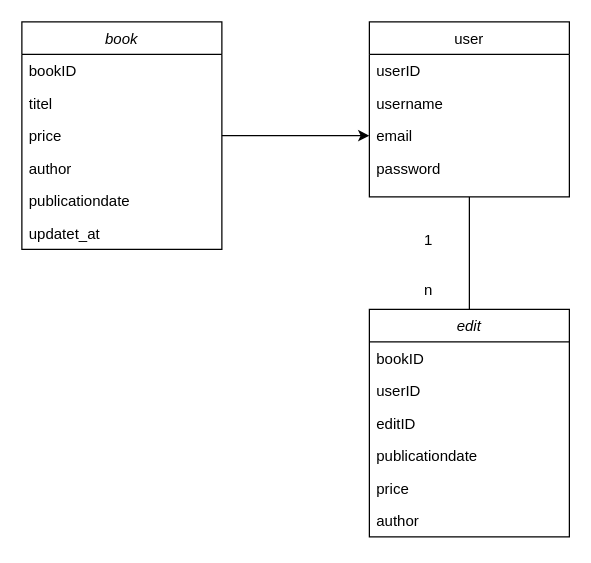
Before: ERdiagram/library.drawio in i-ftm/app_project, a draw.io diagram. Source tidied: cells renumbered, new cells numbered last; positions are measured from the earlier drawing's top-left corner, leaving out a move shared by most shapes. Both pictures are drawn from the tidied source at 125%, with x=0, y=0 at pixel (21, 21).
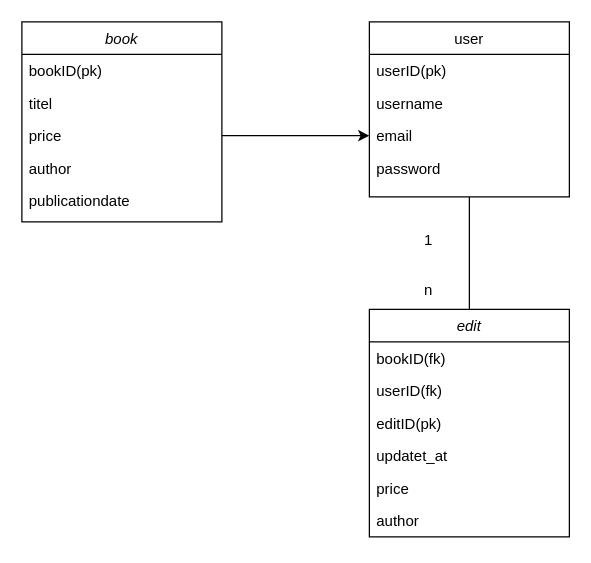
The same diagram, later.

Unchanged cells that the change refers to:
```xml
<mxCell id="6" value="price" style="text;align=left;verticalAlign=top;spacingLeft=4;spacingRight=4;overflow=hidden;points=[[0,0.5],[1,0.5]];portConstraint=eastwest;" parent="3" vertex="1">
  <mxGeometry y="78" width="160" height="26" as="geometry" />
</mxCell>
<mxCell id="10" value="user" style="swimlane;fontStyle=0;align=center;verticalAlign=top;horizontal=1;startSize=26;rounded=0;shadow=0;strokeWidth=1;" parent="1" vertex="1">
  <mxGeometry x="278" width="160" height="140" as="geometry" />
</mxCell>
<mxCell id="13" value="email" style="text;align=left;verticalAlign=top;spacingLeft=4;spacingRight=4;overflow=hidden;points=[[0,0.5],[1,0.5]];portConstraint=eastwest;rounded=0;shadow=0;html=0;" parent="10" vertex="1">
  <mxGeometry y="78" width="160" height="26" as="geometry" />
</mxCell>
<mxCell id="16" value="edit" style="swimlane;fontStyle=2;align=center;verticalAlign=top;horizontal=1;startSize=26;rounded=0;shadow=0;strokeWidth=1;" parent="1" vertex="1">
  <mxGeometry x="278" y="230" width="160" height="182" as="geometry" />
</mxCell>
```

Diff of the diagram source:
```diff
@@
-    <mxCell id="2" style="edgeStyle=orthogonalEdgeStyle;rounded=0;jettySize=auto;html=1;entryX=0;entryY=0.5;entryDx=0;entryDy=0;" parent="1" edge="1" source="3" target="13">
-      <mxGeometry relative="1" as="geometry" />
-    </mxCell>
     <mxCell id="3" value="book" style="swimlane;fontStyle=2;align=center;verticalAlign=top;horizontal=1;startSize=26;rounded=0;shadow=0;strokeWidth=1;" parent="1" vertex="1">
-      <mxGeometry width="160" height="182" as="geometry" />
+      <mxGeometry width="160" height="160" as="geometry" />
     </mxCell>
-    <mxCell id="4" value="bookID" style="text;align=left;verticalAlign=top;spacingLeft=4;spacingRight=4;overflow=hidden;" parent="3" vertex="1">
+    <mxCell id="4" value="bookID(pk)" style="text;align=left;verticalAlign=top;spacingLeft=4;spacingRight=4;overflow=hidden;" parent="3" vertex="1">
       <mxGeometry y="26" width="160" height="26" as="geometry" />
     </mxCell>
@@
-    <mxCell id="9" value="updatet_at" style="text;align=left;verticalAlign=top;spacingLeft=4;spacingRight=4;overflow=hidden;rounded=0;shadow=0;html=0;" parent="3" vertex="1">
-      <mxGeometry y="156" width="160" height="26" as="geometry" />
-    </mxCell>
@@
-    <mxCell id="11" value="userID" style="text;align=left;verticalAlign=top;spacingLeft=4;spacingRight=4;overflow=hidden;" parent="10" vertex="1">
+    <mxCell id="11" value="userID(pk)" style="text;align=left;verticalAlign=top;spacingLeft=4;spacingRight=4;overflow=hidden;" parent="10" vertex="1">
       <mxGeometry y="26" width="160" height="26" as="geometry" />
     </mxCell>
@@
-    <mxCell id="17" value="bookID" style="text;align=left;verticalAlign=top;spacingLeft=4;spacingRight=4;overflow=hidden;" parent="16" vertex="1">
+    <mxCell id="17" value="bookID(fk)" style="text;align=left;verticalAlign=top;spacingLeft=4;spacingRight=4;overflow=hidden;" parent="16" vertex="1">
       <mxGeometry y="26" width="160" height="26" as="geometry" />
     </mxCell>
-    <mxCell id="18" value="userID" style="text;align=left;verticalAlign=top;spacingLeft=4;spacingRight=4;overflow=hidden;" parent="16" vertex="1">
+    <mxCell id="18" value="userID(fk)" style="text;align=left;verticalAlign=top;spacingLeft=4;spacingRight=4;overflow=hidden;" parent="16" vertex="1">
       <mxGeometry y="52" width="160" height="26" as="geometry" />
     </mxCell>
-    <mxCell id="19" value="editID" style="text;align=left;verticalAlign=top;spacingLeft=4;spacingRight=4;overflow=hidden;rounded=0;shadow=0;html=0;" parent="16" vertex="1">
+    <mxCell id="19" value="editID(pk)" style="text;align=left;verticalAlign=top;spacingLeft=4;spacingRight=4;overflow=hidden;rounded=0;shadow=0;html=0;" parent="16" vertex="1">
       <mxGeometry y="78" width="160" height="26" as="geometry" />
     </mxCell>
-    <mxCell id="20" value="publicationdate" style="text;align=left;verticalAlign=top;spacingLeft=4;spacingRight=4;overflow=hidden;rounded=0;shadow=0;html=0;" parent="16" vertex="1">
+    <mxCell id="20" value="updatet_at" style="text;align=left;verticalAlign=top;spacingLeft=4;spacingRight=4;overflow=hidden;rounded=0;shadow=0;html=0;" parent="16" vertex="1">
       <mxGeometry y="104" width="160" height="26" as="geometry" />
     </mxCell>
@@
+    <mxCell id="25" style="edgeStyle=orthogonalEdgeStyle;rounded=0;jettySize=auto;html=1;entryX=0;entryY=0.5;entryDx=0;entryDy=0;" parent="1" edge="1" source="6" target="13">
+      <mxGeometry relative="1" as="geometry" />
+    </mxCell>
```
